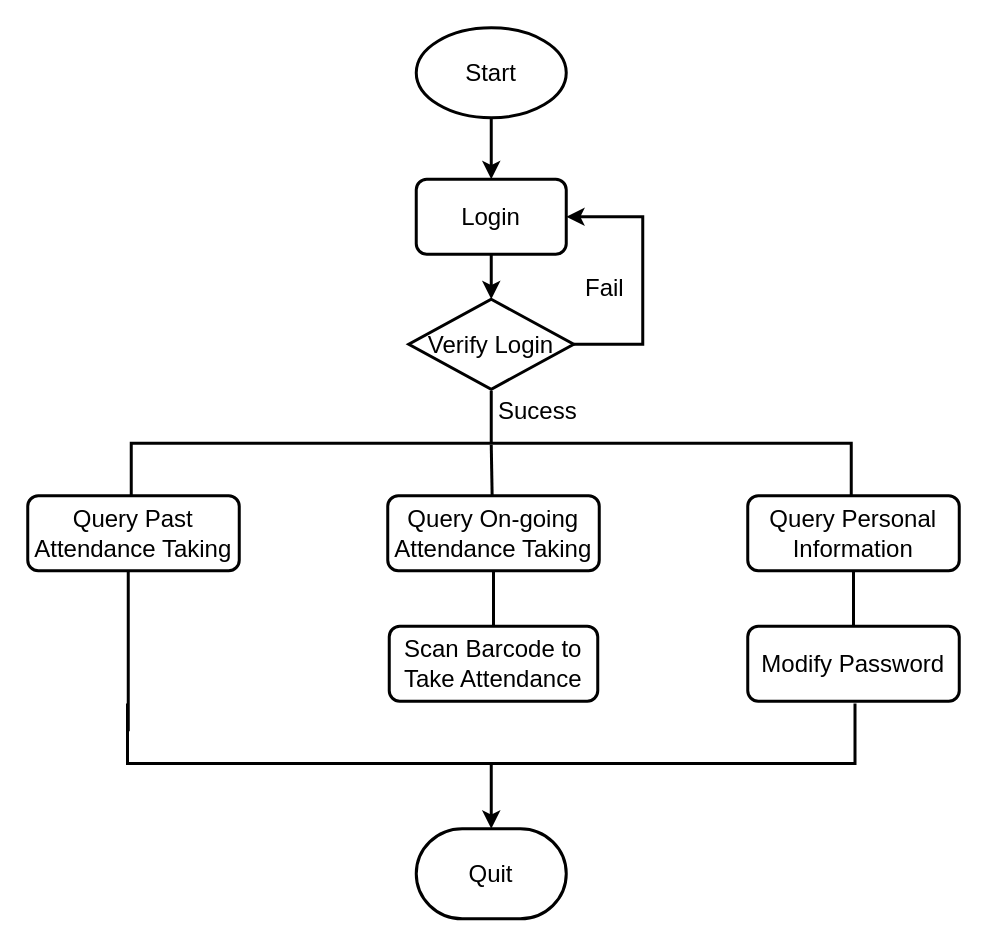
fchen-group/attendance-system keeps this draw.io diagram as page "Page-4" (4 of 4) of attendance modules.drawio. Above is the earlier version. Source tidied: cells renumbered, new cells numbered last; positions are measured from the earlier drawing's top-left corner, leaving out a move shared by most shapes. Both pictures are drawn from the tidied source at 150%, with x=0, y=0 at pixel (27, 27).
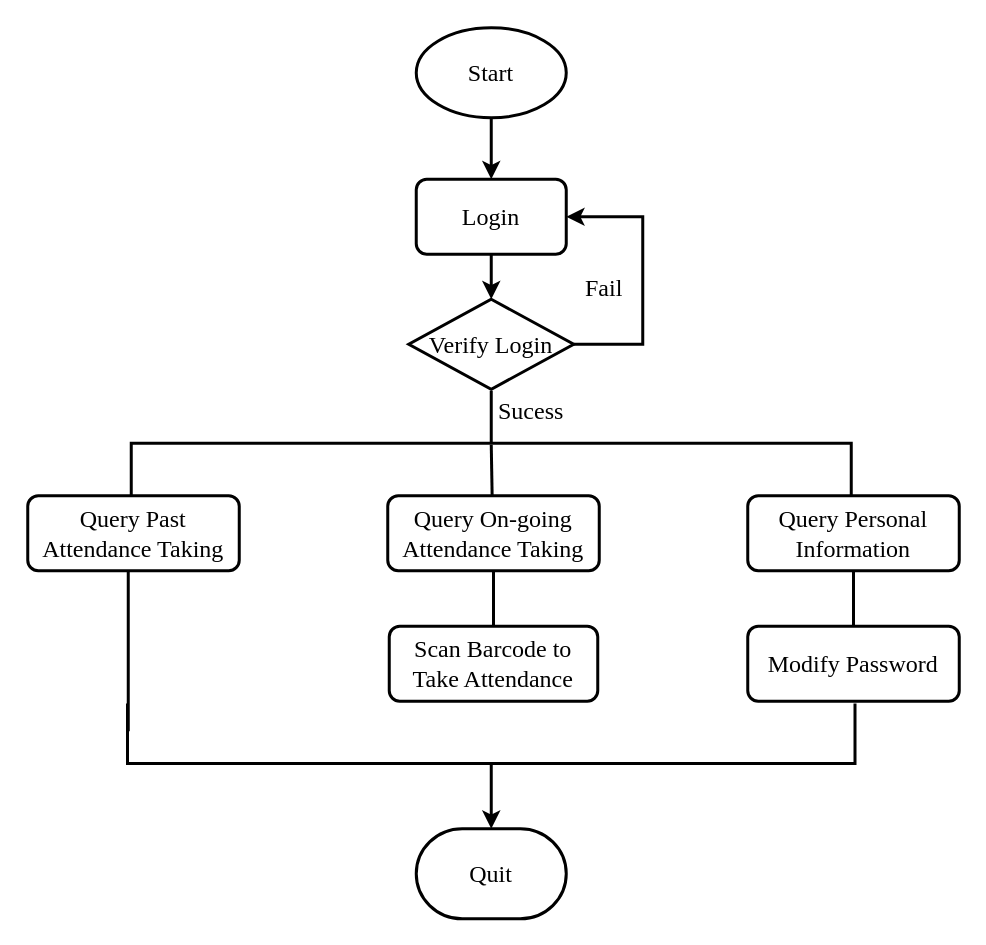
After the change.

The edit, as a diff of the source:
```diff
@@
-    <mxCell id="2" style="strokeWidth=2;html=1;shape=mxgraph.flowchart.annotation_2;align=left;fontSize=16;direction=south;" parent="1" vertex="1">
+    <mxCell id="2" style="strokeWidth=2;html=1;shape=mxgraph.flowchart.annotation_2;align=left;fontSize=16;direction=south;fontFamily=Times New Roman;" parent="1" vertex="1">
       <mxGeometry x="69" y="242" width="480" height="70" as="geometry" />
     </mxCell>
-    <mxCell id="3" style="edgeStyle=orthogonalEdgeStyle;rounded=0;jettySize=auto;html=1;exitX=0.5;exitY=1;exitDx=0;exitDy=0;exitPerimeter=0;entryX=0.5;entryY=0;entryDx=0;entryDy=0;startArrow=none;startFill=0;fontSize=16;endArrow=classic;endFill=1;strokeWidth=2;" parent="1" edge="1" source="4" target="6">
+    <mxCell id="3" style="edgeStyle=orthogonalEdgeStyle;rounded=0;jettySize=auto;html=1;exitX=0.5;exitY=1;exitDx=0;exitDy=0;exitPerimeter=0;entryX=0.5;entryY=0;entryDx=0;entryDy=0;startArrow=none;startFill=0;fontSize=16;endArrow=classic;endFill=1;strokeWidth=2;fontFamily=Times New Roman;" parent="1" edge="1" source="4" target="6">
       <mxGeometry relative="1" as="geometry" />
     </mxCell>
-    <mxCell id="4" value="Start" style="strokeWidth=2;html=1;shape=mxgraph.flowchart.start_1;whiteSpace=wrap;fontSize=16;align=center;" parent="1" vertex="1">
+    <mxCell id="4" value="Start" style="strokeWidth=2;html=1;shape=mxgraph.flowchart.start_1;whiteSpace=wrap;fontSize=16;align=center;fontFamily=Times New Roman;" parent="1" vertex="1">
       <mxGeometry x="259" width="100" height="60" as="geometry" />
     </mxCell>
-    <mxCell id="5" style="edgeStyle=orthogonalEdgeStyle;rounded=0;jettySize=auto;html=1;exitX=0.5;exitY=1;exitDx=0;exitDy=0;entryX=0.5;entryY=0;entryDx=0;entryDy=0;entryPerimeter=0;startArrow=none;startFill=0;endArrow=classic;endFill=1;fontSize=16;strokeWidth=2;" parent="1" edge="1" source="6" target="8">
+    <mxCell id="5" style="edgeStyle=orthogonalEdgeStyle;rounded=0;jettySize=auto;html=1;exitX=0.5;exitY=1;exitDx=0;exitDy=0;entryX=0.5;entryY=0;entryDx=0;entryDy=0;entryPerimeter=0;startArrow=none;startFill=0;endArrow=classic;endFill=1;fontSize=16;strokeWidth=2;fontFamily=Times New Roman;" parent="1" edge="1" source="6" target="8">
       <mxGeometry relative="1" as="geometry" />
     </mxCell>
-    <mxCell id="6" value="Login" style="rounded=1;whiteSpace=wrap;html=1;absoluteArcSize=1;arcSize=14;strokeWidth=2;fontSize=16;align=center;" parent="1" vertex="1">
+    <mxCell id="6" value="Login" style="rounded=1;whiteSpace=wrap;html=1;absoluteArcSize=1;arcSize=14;strokeWidth=2;fontSize=16;align=center;fontFamily=Times New Roman;" parent="1" vertex="1">
       <mxGeometry x="259" y="101" width="100" height="50" as="geometry" />
     </mxCell>
-    <mxCell id="7" style="edgeStyle=orthogonalEdgeStyle;rounded=0;jettySize=auto;html=1;startArrow=none;startFill=0;endArrow=classic;endFill=1;fontSize=16;entryX=1;entryY=0.5;entryDx=0;entryDy=0;strokeWidth=2;" parent="1" edge="1" source="8" target="6">
+    <mxCell id="7" style="edgeStyle=orthogonalEdgeStyle;rounded=0;jettySize=auto;html=1;startArrow=none;startFill=0;endArrow=classic;endFill=1;fontSize=16;entryX=1;entryY=0.5;entryDx=0;entryDy=0;strokeWidth=2;fontFamily=Times New Roman;" parent="1" edge="1" source="8" target="6">
       <mxGeometry relative="1" as="geometry">
         <Array as="points">
           <mxPoint x="410" y="211" />
           <mxPoint x="410" y="126" />
         </Array>
       </mxGeometry>
     </mxCell>
-    <mxCell id="8" value="Verify Login" style="strokeWidth=2;html=1;shape=mxgraph.flowchart.decision;whiteSpace=wrap;fontSize=16;align=center;" parent="1" vertex="1">
+    <mxCell id="8" value="Verify Login" style="strokeWidth=2;html=1;shape=mxgraph.flowchart.decision;whiteSpace=wrap;fontSize=16;align=center;fontFamily=Times New Roman;" parent="1" vertex="1">
       <mxGeometry x="254" y="181" width="110" height="60" as="geometry" />
     </mxCell>
-    <mxCell id="9" value="Query Past Attendance Taking" style="rounded=1;whiteSpace=wrap;html=1;absoluteArcSize=1;arcSize=14;strokeWidth=2;fontSize=16;align=center;" parent="1" vertex="1">
+    <mxCell id="9" value="Query Past Attendance Taking" style="rounded=1;whiteSpace=wrap;html=1;absoluteArcSize=1;arcSize=14;strokeWidth=2;fontSize=16;align=center;fontFamily=Times New Roman;" parent="1" vertex="1">
       <mxGeometry y="312" width="141" height="50" as="geometry" />
     </mxCell>
-    <mxCell id="10" style="edgeStyle=orthogonalEdgeStyle;rounded=0;jettySize=auto;html=1;startArrow=none;startFill=0;endArrow=none;endFill=0;strokeWidth=2;fontSize=16;" parent="1" edge="1" source="11" target="12">
+    <mxCell id="10" style="edgeStyle=orthogonalEdgeStyle;rounded=0;jettySize=auto;html=1;startArrow=none;startFill=0;endArrow=none;endFill=0;strokeWidth=2;fontSize=16;fontFamily=Times New Roman;" parent="1" edge="1" source="11" target="12">
       <mxGeometry relative="1" as="geometry" />
     </mxCell>
-    <mxCell id="11" value="Query On-going Attendance Taking" style="rounded=1;whiteSpace=wrap;html=1;absoluteArcSize=1;arcSize=14;strokeWidth=2;fontSize=16;align=center;" parent="1" vertex="1">
+    <mxCell id="11" value="Query On-going Attendance Taking" style="rounded=1;whiteSpace=wrap;html=1;absoluteArcSize=1;arcSize=14;strokeWidth=2;fontSize=16;align=center;fontFamily=Times New Roman;" parent="1" vertex="1">
       <mxGeometry x="240" y="312" width="141" height="50" as="geometry" />
     </mxCell>
-    <mxCell id="12" value="Scan Barcode to Take Attendance" style="rounded=1;whiteSpace=wrap;html=1;absoluteArcSize=1;arcSize=14;strokeWidth=2;fontSize=16;align=center;" parent="1" vertex="1">
+    <mxCell id="12" value="Scan Barcode to Take Attendance" style="rounded=1;whiteSpace=wrap;html=1;absoluteArcSize=1;arcSize=14;strokeWidth=2;fontSize=16;align=center;fontFamily=Times New Roman;" parent="1" vertex="1">
       <mxGeometry x="241" y="399" width="139" height="50" as="geometry" />
     </mxCell>
-    <mxCell id="13" style="edgeStyle=orthogonalEdgeStyle;rounded=0;jettySize=auto;html=1;startArrow=none;startFill=0;endArrow=none;endFill=0;strokeWidth=2;fontSize=16;" parent="1" edge="1" source="14" target="15">
+    <mxCell id="13" style="edgeStyle=orthogonalEdgeStyle;rounded=0;jettySize=auto;html=1;startArrow=none;startFill=0;endArrow=none;endFill=0;strokeWidth=2;fontSize=16;fontFamily=Times New Roman;" parent="1" edge="1" source="14" target="15">
       <mxGeometry relative="1" as="geometry" />
     </mxCell>
-    <mxCell id="14" value="Query Personal Information" style="rounded=1;whiteSpace=wrap;html=1;absoluteArcSize=1;arcSize=14;strokeWidth=2;fontSize=16;align=center;" parent="1" vertex="1">
+    <mxCell id="14" value="Query Personal Information" style="rounded=1;whiteSpace=wrap;html=1;absoluteArcSize=1;arcSize=14;strokeWidth=2;fontSize=16;align=center;fontFamily=Times New Roman;" parent="1" vertex="1">
       <mxGeometry x="480" y="312" width="141" height="50" as="geometry" />
     </mxCell>
-    <mxCell id="15" value="Modify Password" style="rounded=1;whiteSpace=wrap;html=1;absoluteArcSize=1;arcSize=14;strokeWidth=2;fontSize=16;align=center;" parent="1" vertex="1">
+    <mxCell id="15" value="Modify Password" style="rounded=1;whiteSpace=wrap;html=1;absoluteArcSize=1;arcSize=14;strokeWidth=2;fontSize=16;align=center;fontFamily=Times New Roman;" parent="1" vertex="1">
       <mxGeometry x="480" y="399" width="141" height="50" as="geometry" />
     </mxCell>
-    <mxCell id="16" style="edgeStyle=orthogonalEdgeStyle;rounded=0;jettySize=auto;html=1;entryX=0.5;entryY=0;entryDx=0;entryDy=0;entryPerimeter=0;startArrow=none;startFill=0;endArrow=classic;endFill=1;strokeWidth=2;fontSize=16;" parent="1" edge="1" source="17" target="20">
+    <mxCell id="16" style="edgeStyle=orthogonalEdgeStyle;rounded=0;jettySize=auto;html=1;entryX=0.5;entryY=0;entryDx=0;entryDy=0;entryPerimeter=0;startArrow=none;startFill=0;endArrow=classic;endFill=1;strokeWidth=2;fontSize=16;fontFamily=Times New Roman;" parent="1" edge="1" source="17" target="20">
       <mxGeometry relative="1" as="geometry" />
     </mxCell>
-    <mxCell id="17" style="strokeWidth=2;html=1;shape=mxgraph.flowchart.annotation_1;align=left;fontSize=16;rotation=-90;" parent="1" vertex="1">
+    <mxCell id="17" style="strokeWidth=2;html=1;shape=mxgraph.flowchart.annotation_1;align=left;fontSize=16;rotation=-90;fontFamily=Times New Roman;" parent="1" vertex="1">
       <mxGeometry x="289" y="228" width="40" height="485" as="geometry" />
     </mxCell>
-    <mxCell id="18" value="Sucess" style="text;html=1;align=left;verticalAlign=top;spacingTop=-4;fontSize=16;" parent="1" vertex="1">
+    <mxCell id="18" value="Sucess" style="text;html=1;align=left;verticalAlign=top;spacingTop=-4;fontSize=16;fontFamily=Times New Roman;" parent="1" vertex="1">
       <mxGeometry x="312" y="243" width="70" height="20" as="geometry" />
     </mxCell>
-    <mxCell id="19" value="Fail" style="text;html=1;align=left;verticalAlign=top;spacingTop=-4;fontSize=16;" parent="1" vertex="1">
+    <mxCell id="19" value="Fail" style="text;html=1;align=left;verticalAlign=top;spacingTop=-4;fontSize=16;fontFamily=Times New Roman;" parent="1" vertex="1">
       <mxGeometry x="370" y="161" width="40" height="20" as="geometry" />
     </mxCell>
-    <mxCell id="20" value="Quit" style="strokeWidth=2;html=1;shape=mxgraph.flowchart.terminator;whiteSpace=wrap;fontSize=16;align=center;" parent="1" vertex="1">
+    <mxCell id="20" value="Quit" style="strokeWidth=2;html=1;shape=mxgraph.flowchart.terminator;whiteSpace=wrap;fontSize=16;align=center;fontFamily=Times New Roman;" parent="1" vertex="1">
       <mxGeometry x="259" y="534" width="100" height="60" as="geometry" />
     </mxCell>
-    <mxCell id="21" style="endArrow=none;startArrow=none;html=1;fontSize=16;exitX=0.514;exitY=0.502;exitDx=0;exitDy=0;exitPerimeter=0;startFill=0;endFill=0;strokeWidth=2;" parent="1" edge="1">
+    <mxCell id="21" style="endArrow=none;startArrow=none;html=1;fontSize=16;exitX=0.514;exitY=0.502;exitDx=0;exitDy=0;exitPerimeter=0;startFill=0;endFill=0;strokeWidth=2;fontFamily=Times New Roman;" parent="1" edge="1">
       <mxGeometry relative="1" as="geometry">
         <mxPoint x="309" y="278" as="sourcePoint" />
         <mxPoint x="309.6" y="312" as="targetPoint" />
       </mxGeometry>
     </mxCell>
-    <mxCell id="22" style="edgeStyle=orthogonalEdgeStyle;rounded=0;orthogonalLoop=1;jettySize=auto;html=1;startArrow=none;startFill=0;endArrow=none;endFill=0;strokeWidth=2;fontSize=16;" parent="1" edge="1">
+    <mxCell id="22" style="edgeStyle=orthogonalEdgeStyle;rounded=0;orthogonalLoop=1;jettySize=auto;html=1;startArrow=none;startFill=0;endArrow=none;endFill=0;strokeWidth=2;fontSize=16;fontFamily=Times New Roman;" parent="1" edge="1">
       <mxGeometry relative="1" as="geometry">
         <mxPoint x="67" y="361.5" as="sourcePoint" />
         <mxPoint x="67" y="469" as="targetPoint" />
         <Array as="points">
           <mxPoint x="67" y="361.5" />
           <mxPoint x="67" y="448.5" />
         </Array>
       </mxGeometry>
     </mxCell>
```
